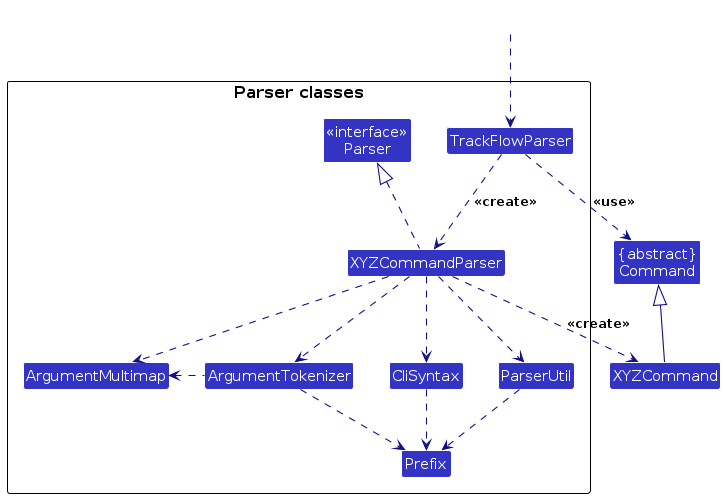
The PlantUML diagram diagrams/ParserClasses.png in AY2627S1-CS2103T-T17-2/tp, before a commit. Its source is kept beside it as diagrams/ParserClasses.puml. Source of this version:
```plantuml
@startuml
!include style.puml
skinparam arrowThickness 1.1
skinparam arrowColor LOGIC_COLOR_T4
skinparam classBackgroundColor LOGIC_COLOR

Class "{abstract}\nCommand" as Command
Class XYZCommand

package "Parser classes"{
Class "<<interface>>\nParser" as Parser
Class TrackFlowParser
Class XYZCommandParser
Class CliSyntax
Class ParserUtil
Class ArgumentMultimap
Class ArgumentTokenizer
Class Prefix
}

Class HiddenOutside #FFFFFF
HiddenOutside ..> TrackFlowParser

TrackFlowParser .down.> XYZCommandParser: <<create>>

XYZCommandParser ..> XYZCommand : <<create>>
TrackFlowParser ..> Command : <<use>>
XYZCommandParser .up.|> Parser
XYZCommandParser ..> ArgumentMultimap
XYZCommandParser ..> ArgumentTokenizer
ArgumentTokenizer .left.> ArgumentMultimap
XYZCommandParser ..> CliSyntax
CliSyntax ..> Prefix
XYZCommandParser ..> ParserUtil
ParserUtil .down.> Prefix
ArgumentTokenizer .down.> Prefix
XYZCommand -up-|> Command
@enduml
```
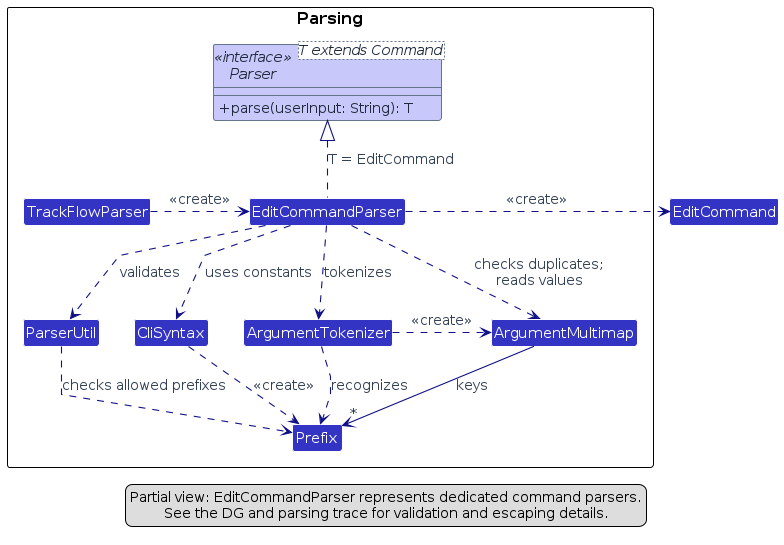
Later version of the same file.

Change to the diagram source:
```diff
@@ -1,38 +1,44 @@
 @startuml
 !include style.puml
-skinparam arrowThickness 1.1
 skinparam arrowColor LOGIC_COLOR_T4
 skinparam classBackgroundColor LOGIC_COLOR
+skinparam ArrowFontStyle plain
+skinparam linetype polyline
 
-Class "{abstract}\nCommand" as Command
-Class XYZCommand
-
-package "Parser classes"{
-Class "<<interface>>\nParser" as Parser
-Class TrackFlowParser
-Class XYZCommandParser
-Class CliSyntax
-Class ParserUtil
-Class ArgumentMultimap
-Class ArgumentTokenizer
-Class Prefix
+package "Parsing" {
+    class TrackFlowParser
+    interface "Parser<T extends Command>" as Parser <<interface>> LOGIC_COLOR_T1 {
+        +parse(userInput: String): T
+    }
+    class EditCommandParser
+    class ParserUtil
+    class ArgumentTokenizer
+    class ArgumentMultimap
+    class CliSyntax
+    class Prefix
 }
 
-Class HiddenOutside #FFFFFF
-HiddenOutside ..> TrackFlowParser
+show Parser members
+class EditCommand LOGIC_COLOR
 
-TrackFlowParser .down.> XYZCommandParser: <<create>>
+TrackFlowParser .right.> EditCommandParser : <<create>>
+EditCommandParser .up.|> Parser : T = EditCommand
+EditCommandParser .right.> EditCommand : <<create>>
+EditCommandParser .down.> ParserUtil : validates
+EditCommandParser .down.> ArgumentTokenizer : tokenizes
+EditCommandParser .down.> ArgumentMultimap : checks duplicates;\nreads values
+EditCommandParser .down.> CliSyntax : uses constants
+ArgumentTokenizer .right.> ArgumentMultimap : <<create>>
+ArgumentTokenizer .down.> Prefix : recognizes
+ArgumentMultimap -down-> "*" Prefix : keys
+CliSyntax .down.> Prefix : <<create>>
+ParserUtil .down.> Prefix : checks allowed prefixes
 
-XYZCommandParser ..> XYZCommand : <<create>>
-TrackFlowParser ..> Command : <<use>>
-XYZCommandParser .up.|> Parser
-XYZCommandParser ..> ArgumentMultimap
-XYZCommandParser ..> ArgumentTokenizer
-ArgumentTokenizer .left.> ArgumentMultimap
-XYZCommandParser ..> CliSyntax
-CliSyntax ..> Prefix
-XYZCommandParser ..> ParserUtil
-ParserUtil .down.> Prefix
-ArgumentTokenizer .down.> Prefix
-XYZCommand -up-|> Command
+ParserUtil -[hidden]right-> CliSyntax
+CliSyntax -[hidden]right-> ArgumentTokenizer
+
+legend bottom
+  Partial view: EditCommandParser represents dedicated command parsers.
+  See the DG and parsing trace for validation and escaping details.
+endlegend
 @enduml
```
